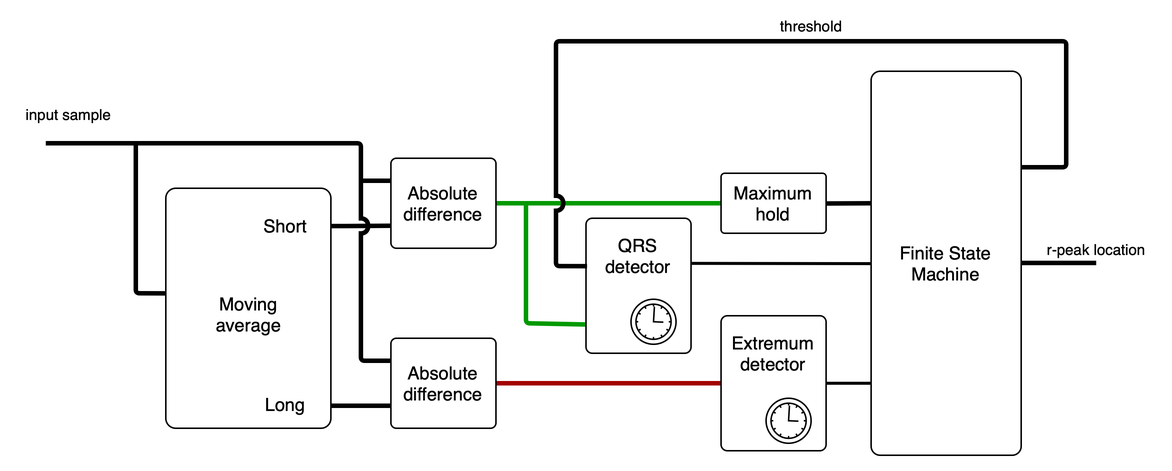
The draw.io diagram doc/drawio_diagrams/RPD_algorithm.drawio.png in jmat97/RPD22, before a commit. Source tidied: cells renumbered, new cells last; positions are measured from the earlier drawing's top-left corner, leaving out a move shared by most shapes.
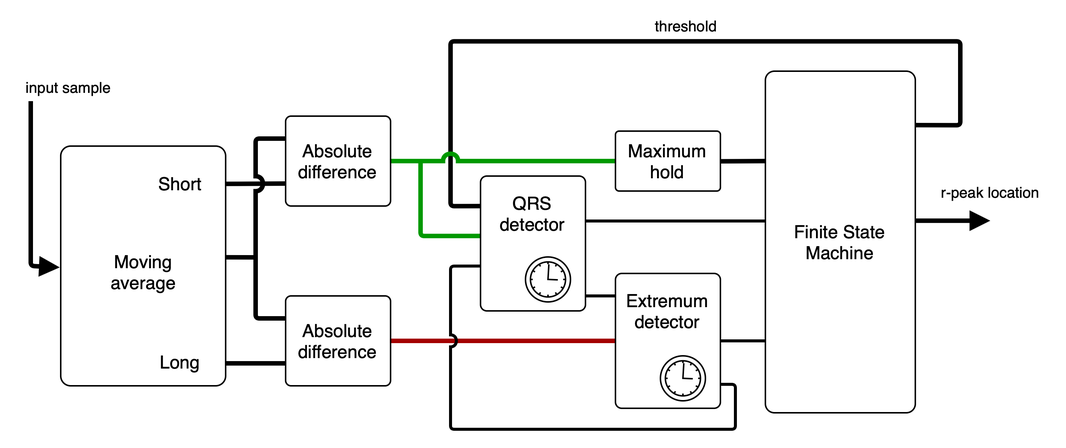
Above is the later version.

Change to the diagram source:
```diff
@@ -2,136 +2,140 @@
   <root>
     <mxCell id="0" />
     <mxCell id="1" parent="0" />
-    <mxCell id="2" style="endArrow=none;html=1;strokeWidth=3;rounded=1;exitX=0.005;exitY=0.787;exitDx=0;exitDy=0;exitPerimeter=0;strokeColor=#009900;arcSize=5;" parent="1" edge="1" source="13">
+    <mxCell id="2" style="endArrow=none;html=1;rounded=1;strokeWidth=2;" parent="1" edge="1">
       <mxGeometry relative="1" as="geometry">
-        <mxPoint x="340" y="108" as="targetPoint" />
-        <Array as="points">
-          <mxPoint x="340" y="188" />
-        </Array>
+        <mxPoint x="410" y="198" as="sourcePoint" />
+        <mxPoint x="510" y="198" as="targetPoint" />
       </mxGeometry>
     </mxCell>
-    <mxCell id="3" style="edgeStyle=orthogonalEdgeStyle;rounded=0;jumpStyle=arc;jettySize=auto;html=1;endArrow=none;endFill=0;strokeColor=#009900;strokeWidth=3;" parent="1" edge="1" source="12" target="8">
+    <mxCell id="3" style="edgeStyle=orthogonalEdgeStyle;rounded=0;jumpStyle=arc;jettySize=auto;html=1;exitX=1;exitY=0.5;exitDx=0;exitDy=0;entryX=0;entryY=0.5;entryDx=0;entryDy=0;endArrow=none;endFill=0;fillColor=#a20025;strokeColor=#A30000;strokeWidth=3;" parent="1" edge="1" source="16" target="24">
       <mxGeometry relative="1" as="geometry" />
     </mxCell>
-    <mxCell id="4" style="edgeStyle=orthogonalEdgeStyle;rounded=0;jettySize=auto;html=1;entryX=0;entryY=0.75;entryDx=0;entryDy=0;endArrow=none;endFill=0;strokeWidth=3;exitX=0.994;exitY=0.507;exitDx=0;exitDy=0;exitPerimeter=0;" parent="1" edge="1" source="29" target="8">
+    <mxCell id="4" style="edgeStyle=orthogonalEdgeStyle;rounded=1;jumpStyle=arc;orthogonalLoop=1;jettySize=auto;html=1;endArrow=none;endFill=0;strokeWidth=2;arcSize=5;" parent="1" edge="1">
       <mxGeometry relative="1" as="geometry">
+        <mxPoint x="540" y="257" as="sourcePoint" />
+        <mxPoint x="420" y="178" as="targetPoint" />
         <Array as="points">
-          <mxPoint x="220" y="123" />
+          <mxPoint x="550" y="257" />
+          <mxPoint x="550" y="287" />
+          <mxPoint x="360" y="287" />
+          <mxPoint x="360" y="178" />
         </Array>
       </mxGeometry>
     </mxCell>
-    <mxCell id="5" style="rounded=1;whiteSpace=wrap;html=1;arcSize=6;" parent="1" vertex="1">
-      <mxGeometry x="100" y="98" width="110" height="160" as="geometry" />
+    <mxCell id="5" style="endArrow=none;html=1;rounded=0;strokeWidth=2;" parent="1" edge="1">
+      <mxGeometry relative="1" as="geometry">
+        <mxPoint x="420" y="148" as="sourcePoint" />
+        <mxPoint x="630" y="148" as="targetPoint" />
+      </mxGeometry>
     </mxCell>
-    <mxCell id="6" style="edgeStyle=orthogonalEdgeStyle;rounded=0;jumpStyle=arc;jettySize=auto;html=1;exitX=1;exitY=0.75;exitDx=0;exitDy=0;entryX=0;entryY=0.75;entryDx=0;entryDy=0;endArrow=none;endFill=0;strokeWidth=3;" parent="1" edge="1" target="11">
+    <mxCell id="6" style="edgeStyle=orthogonalEdgeStyle;rounded=1;jumpStyle=arc;jettySize=auto;html=1;exitX=1;exitY=0.25;exitDx=0;exitDy=0;endArrow=none;endFill=0;strokeWidth=3;arcSize=5;entryX=0.429;entryY=0.222;entryDx=0;entryDy=0;entryPerimeter=0;" parent="1" edge="1" target="18">
       <mxGeometry relative="1" as="geometry">
-        <mxPoint x="210" y="243" as="sourcePoint" />
+        <mxPoint x="670" y="84" as="sourcePoint" />
+        <Array as="points">
+          <mxPoint x="700" y="84" />
+          <mxPoint x="700" y="28" />
+          <mxPoint x="360" y="28" />
+          <mxPoint x="360" y="138" />
+        </Array>
       </mxGeometry>
     </mxCell>
-    <mxCell id="7" style="edgeStyle=orthogonalEdgeStyle;rounded=0;jettySize=auto;html=1;exitX=0;exitY=0.25;exitDx=0;exitDy=0;endArrow=none;endFill=0;jumpStyle=arc;strokeWidth=3;arcSize=5;" parent="1" edge="1" source="8">
-      <mxGeometry relative="1" as="geometry">
-        <mxPoint x="230" y="168" as="targetPoint" />
-        <Array as="points">
-          <mxPoint x="230" y="93" />
-          <mxPoint x="230" y="168" />
-        </Array>
+    <mxCell id="7" value="threshold" style="edgeLabel;html=1;align=center;verticalAlign=middle;fontSize=10;fontColor=#000000;" parent="6" vertex="1">
+      <mxGeometry x="-0.26" y="-1" relative="1" as="geometry">
+        <mxPoint x="-54" y="-11" as="offset" />
       </mxGeometry>
     </mxCell>
-    <mxCell id="8" value="Absolute difference" style="rounded=1;whiteSpace=wrap;html=1;arcSize=6;" parent="1" vertex="1">
-      <mxGeometry x="250" y="78" width="70" height="60" as="geometry" />
+    <mxCell id="8" style="endArrow=none;html=1;strokeWidth=3;rounded=1;exitX=0.286;exitY=0.444;exitDx=0;exitDy=0;exitPerimeter=0;strokeColor=#009900;arcSize=5;" parent="1" edge="1" source="18">
+      <mxGeometry relative="1" as="geometry">
+        <mxPoint x="340" y="108" as="targetPoint" />
+        <Array as="points">
+          <mxPoint x="340" y="158" />
+        </Array>
+      </mxGeometry>
     </mxCell>
-    <mxCell id="9" style="edgeStyle=orthogonalEdgeStyle;rounded=1;jumpStyle=arc;jettySize=auto;html=1;exitX=0;exitY=0.25;exitDx=0;exitDy=0;endArrow=none;endFill=0;strokeWidth=3;arcSize=5;" parent="1" edge="1" source="11">
-      <mxGeometry relative="1" as="geometry">
-        <mxPoint x="230" y="168" as="targetPoint" />
-      </mxGeometry>
+    <mxCell id="9" style="edgeStyle=orthogonalEdgeStyle;rounded=0;jumpStyle=arc;jettySize=auto;html=1;endArrow=none;endFill=0;strokeColor=#009900;strokeWidth=3;" parent="1" edge="1" source="17" target="14">
+      <mxGeometry relative="1" as="geometry" />
     </mxCell>
-    <mxCell id="10" style="edgeStyle=orthogonalEdgeStyle;rounded=0;jumpStyle=arc;jettySize=auto;html=1;exitX=1;exitY=0.5;exitDx=0;exitDy=0;entryX=0;entryY=0.5;entryDx=0;entryDy=0;endArrow=none;endFill=0;fillColor=#a20025;strokeColor=#A30000;strokeWidth=3;" parent="1" edge="1" source="11" target="23">
-      <mxGeometry relative="1" as="geometry" />
+    <mxCell id="10" style="edgeStyle=orthogonalEdgeStyle;rounded=0;jettySize=auto;html=1;entryX=0;entryY=0.75;entryDx=0;entryDy=0;endArrow=none;endFill=0;strokeWidth=3;exitX=0.994;exitY=0.507;exitDx=0;exitDy=0;exitPerimeter=0;" parent="1" edge="1" source="29" target="14">
+      <mxGeometry relative="1" as="geometry">
+        <Array as="points">
+          <mxPoint x="220" y="123" />
+        </Array>
+      </mxGeometry>
     </mxCell>
-    <mxCell id="11" value="Absolute difference" style="rounded=1;whiteSpace=wrap;html=1;arcSize=6;" parent="1" vertex="1">
-      <mxGeometry x="250" y="198" width="70" height="60" as="geometry" />
+    <mxCell id="11" style="rounded=1;whiteSpace=wrap;html=1;arcSize=6;" parent="1" vertex="1">
+      <mxGeometry x="100" y="98" width="110" height="160" as="geometry" />
     </mxCell>
-    <mxCell id="12" value="Maximum hold" style="rounded=1;whiteSpace=wrap;html=1;arcSize=6;" parent="1" vertex="1">
-      <mxGeometry x="470" y="88" width="70" height="40" as="geometry" />
+    <mxCell id="12" style="edgeStyle=orthogonalEdgeStyle;rounded=0;jumpStyle=arc;jettySize=auto;html=1;exitX=1;exitY=0.75;exitDx=0;exitDy=0;entryX=0;entryY=0.75;entryDx=0;entryDy=0;endArrow=none;endFill=0;strokeWidth=3;" parent="1" edge="1" target="16">
+      <mxGeometry relative="1" as="geometry">
+        <mxPoint x="210" y="243" as="sourcePoint" />
+      </mxGeometry>
     </mxCell>
-    <mxCell id="13" value="QRS detector" style="rounded=1;whiteSpace=wrap;html=1;spacingBottom=40;arcSize=6;" parent="1" vertex="1">
-      <mxGeometry x="380" y="118" width="70" height="90" as="geometry" />
+    <mxCell id="13" style="edgeStyle=orthogonalEdgeStyle;rounded=1;jettySize=auto;html=1;exitX=0;exitY=0.25;exitDx=0;exitDy=0;endArrow=none;endFill=0;jumpStyle=arc;strokeWidth=3;arcSize=5;" parent="1" edge="1" source="14">
+      <mxGeometry relative="1" as="geometry">
+        <mxPoint x="230" y="168" as="targetPoint" />
+        <Array as="points">
+          <mxPoint x="230" y="93" />
+          <mxPoint x="230" y="168" />
+        </Array>
+      </mxGeometry>
     </mxCell>
-    <mxCell id="14" style="edgeStyle=orthogonalEdgeStyle;rounded=0;jumpStyle=arc;jettySize=auto;html=1;exitX=1;exitY=0.5;exitDx=0;exitDy=0;endArrow=none;endFill=0;strokeWidth=2;entryX=-0.003;entryY=0.812;entryDx=0;entryDy=0;entryPerimeter=0;" parent="1" edge="1" source="23" target="17">
-      <mxGeometry relative="1" as="geometry" />
+    <mxCell id="14" value="Absolute difference" style="rounded=1;whiteSpace=wrap;html=1;arcSize=6;" parent="1" vertex="1">
+      <mxGeometry x="250" y="78" width="70" height="60" as="geometry" />
     </mxCell>
-    <mxCell id="15" style="edgeStyle=orthogonalEdgeStyle;rounded=1;jumpStyle=arc;orthogonalLoop=1;jettySize=auto;html=1;exitX=1;exitY=0.25;exitDx=0;exitDy=0;endArrow=none;endFill=0;strokeWidth=3;entryX=0.01;entryY=0.355;entryDx=0;entryDy=0;entryPerimeter=0;arcSize=5;" parent="1" edge="1">
+    <mxCell id="15" style="edgeStyle=orthogonalEdgeStyle;rounded=1;jumpStyle=arc;jettySize=auto;html=1;exitX=0;exitY=0.25;exitDx=0;exitDy=0;endArrow=none;endFill=0;strokeWidth=3;arcSize=5;" parent="1" edge="1" source="16">
       <mxGeometry relative="1" as="geometry">
-        <mxPoint x="670" y="84" as="sourcePoint" />
-        <mxPoint x="380.7" y="149.9" as="targetPoint" />
-        <Array as="points">
-          <mxPoint x="700" y="84" />
-          <mxPoint x="700" />
-          <mxPoint x="360" />
-          <mxPoint x="360" y="150" />
-        </Array>
+        <mxPoint x="230" y="168" as="targetPoint" />
       </mxGeometry>
     </mxCell>
-    <mxCell id="16" value="threshold" style="edgeLabel;html=1;align=center;verticalAlign=middle;points=[];fontSize=10;fontColor=#000000;" parent="15" vertex="1">
-      <mxGeometry x="-0.26" y="-1" relative="1" as="geometry">
-        <mxPoint x="-54" y="-11" as="offset" />
-      </mxGeometry>
+    <mxCell id="16" value="Absolute difference" style="rounded=1;whiteSpace=wrap;html=1;arcSize=6;" parent="1" vertex="1">
+      <mxGeometry x="250" y="198" width="70" height="60" as="geometry" />
     </mxCell>
-    <mxCell id="17" value="Finite State Machine" style="rounded=1;whiteSpace=wrap;html=1;arcSize=6;" parent="1" vertex="1">
-      <mxGeometry x="570" y="20" width="100" height="256" as="geometry" />
+    <mxCell id="17" value="Maximum hold" style="rounded=1;whiteSpace=wrap;html=1;arcSize=6;" parent="1" vertex="1">
+      <mxGeometry x="470" y="88" width="70" height="40" as="geometry" />
     </mxCell>
-    <mxCell id="18" style="endArrow=none;html=1;entryX=0;entryY=0.438;entryDx=0;entryDy=0;rounded=1;strokeWidth=3;arcSize=5;entryPerimeter=0;" parent="1" edge="1" target="5">
-      <mxGeometry relative="1" as="geometry">
-        <mxPoint x="80" y="68" as="sourcePoint" />
-        <Array as="points">
-          <mxPoint x="80" y="98" />
-          <mxPoint x="80" y="168" />
-        </Array>
-      </mxGeometry>
+    <mxCell id="18" value="QRS detector" style="rounded=1;whiteSpace=wrap;html=1;spacingBottom=40;arcSize=6;" parent="1" vertex="1">
+      <mxGeometry x="380" y="118" width="70" height="90" as="geometry" />
     </mxCell>
-    <mxCell id="19" style="endArrow=none;html=1;strokeWidth=3;arcSize=5;startArrow=none;startFill=0;" parent="1" edge="1">
+    <mxCell id="19" style="edgeStyle=orthogonalEdgeStyle;rounded=0;jumpStyle=arc;jettySize=auto;html=1;endArrow=none;endFill=0;strokeWidth=2;" parent="1" edge="1" source="24">
       <mxGeometry relative="1" as="geometry">
-        <mxPoint x="20" y="68" as="sourcePoint" />
-        <mxPoint x="230" y="108" as="targetPoint" />
-        <Array as="points">
-          <mxPoint x="230" y="68" />
-        </Array>
+        <mxPoint x="650" y="228" as="targetPoint" />
       </mxGeometry>
     </mxCell>
-    <mxCell id="20" style="endArrow=none;html=1;strokeColor=#000000;exitX=1.001;exitY=0.504;exitDx=0;exitDy=0;exitPerimeter=0;strokeWidth=3;" parent="1" edge="1" source="12">
-      <mxGeometry relative="1" as="geometry">
-        <mxPoint x="570" y="108" as="targetPoint" />
-      </mxGeometry>
+    <mxCell id="20" value="Finite State Machine" style="rounded=1;whiteSpace=wrap;html=1;arcSize=6;" parent="1" vertex="1">
+      <mxGeometry x="570" y="48" width="100" height="228" as="geometry" />
     </mxCell>
-    <mxCell id="21" style="shape=mxgraph.bpmn.shape;html=1;verticalLabelPosition=bottom;labelBackgroundColor=#ffffff;verticalAlign=top;align=center;perimeter=ellipsePerimeter;outline=standard;symbol=timer;fillColor=#FFFFFF;" parent="1" vertex="1">
-      <mxGeometry x="410" y="172" width="30" height="30" as="geometry" />
+    <mxCell id="21" style="endArrow=none;html=1;strokeColor=#000000;exitX=1.001;exitY=0.504;exitDx=0;exitDy=0;exitPerimeter=0;strokeWidth=3;" parent="1" edge="1" source="17">
+      <mxGeometry relative="1" as="geometry">
+        <mxPoint x="570" y="108" as="targetPoint" />
+      </mxGeometry>
     </mxCell>
-    <mxCell id="22" style="group;rounded=1;arcSize=6;" parent="1" vertex="1">
-      <mxGeometry x="470" y="183" width="70" height="90" as="geometry" />
+    <mxCell id="22" style="shape=mxgraph.bpmn.shape;html=1;verticalLabelPosition=bottom;labelBackgroundColor=#ffffff;verticalAlign=top;align=center;perimeter=ellipsePerimeter;outline=standard;symbol=timer;fillColor=#FFFFFF;" parent="1" vertex="1">
+      <mxGeometry x="410" y="172" width="30" height="30" as="geometry" />
     </mxCell>
-    <mxCell id="23" value="Extremum detector" style="rounded=1;whiteSpace=wrap;html=1;spacingLeft=0;spacingBottom=40;arcSize=6;" parent="22" vertex="1">
-      <mxGeometry width="70" height="90" as="geometry" />
+    <mxCell id="23" style="group;rounded=1;arcSize=6;" parent="1" vertex="1">
+      <mxGeometry x="470" y="183" width="70" height="90" as="geometry" />
     </mxCell>
-    <mxCell id="24" style="shape=mxgraph.bpmn.shape;html=1;verticalLabelPosition=bottom;labelBackgroundColor=#ffffff;verticalAlign=top;align=center;perimeter=ellipsePerimeter;outlineConnect=0;outline=standard;symbol=timer;fillColor=#FFFFFF;" parent="22" vertex="1">
-      <mxGeometry x="30" y="55" width="30" height="30" as="geometry" />
+    <mxCell id="24" value="Extremum detector" style="rounded=1;whiteSpace=wrap;html=1;spacingLeft=0;spacingBottom=40;arcSize=6;" parent="23" vertex="1">
+      <mxGeometry width="70" height="90" as="geometry" />
     </mxCell>
-    <mxCell id="25" style="endArrow=none;html=1;strokeWidth=3;" parent="1" edge="1">
-      <mxGeometry relative="1" as="geometry">
-        <mxPoint x="670" y="147.8" as="sourcePoint" />
-        <mxPoint x="720" y="147.8" as="targetPoint" />
-        <Array as="points">
-          <mxPoint x="690" y="147.8" />
-        </Array>
-      </mxGeometry>
+    <mxCell id="25" style="shape=mxgraph.bpmn.shape;html=1;verticalLabelPosition=bottom;labelBackgroundColor=#ffffff;verticalAlign=top;align=center;perimeter=ellipsePerimeter;outline=standard;symbol=timer;fillColor=#FFFFFF;" parent="23" vertex="1">
+      <mxGeometry x="30" y="55" width="30" height="30" as="geometry" />
     </mxCell>
-    <mxCell id="26" style="endArrow=none;html=1;rounded=0;entryX=0;entryY=0.501;entryDx=0;entryDy=0;entryPerimeter=0;exitX=0.999;exitY=0.334;exitDx=0;exitDy=0;exitPerimeter=0;strokeWidth=2;" parent="1" edge="1" source="13" target="17">
-      <mxGeometry relative="1" as="geometry" />
+    <mxCell id="26" style="endArrow=block;html=1;strokeWidth=3;endFill=1;" parent="1" edge="1">
+      <mxGeometry relative="1" as="geometry">
+        <mxPoint x="670" y="147.8" as="sourcePoint" />
+        <mxPoint x="720" y="147.8" as="targetPoint" />
+        <Array as="points">
+          <mxPoint x="690" y="147.8" />
+        </Array>
+      </mxGeometry>
     </mxCell>
     <mxCell id="27" value="input sample" style="text;html=1;align=center;verticalAlign=middle;points=[];strokeColor=none;fillColor=none;fontSize=10;fontColor=#000000;" parent="1" vertex="1">
-      <mxGeometry y="38" width="70" height="20" as="geometry" />
+      <mxGeometry x="70" y="48" width="70" height="20" as="geometry" />
     </mxCell>
     <mxCell id="28" value="r-peak location" style="text;html=1;align=center;verticalAlign=middle;strokeColor=none;fillColor=none;fontSize=10;fontColor=#000000;" parent="1" vertex="1">
-      <mxGeometry x="680" y="128" width="80" height="20" as="geometry" />
+      <mxGeometry x="680" y="118" width="80" height="20" as="geometry" />
     </mxCell>
     <mxCell id="29" value="Short" style="text;html=1;strokeColor=none;fillColor=none;align=center;verticalAlign=middle;whiteSpace=wrap;rounded=0;" parent="1" vertex="1">
       <mxGeometry x="150" y="108" width="60" height="30" as="geometry" />
@@ -142,5 +146,21 @@
     <mxCell id="31" value="Moving&lt;br&gt;average" style="text;html=1;strokeColor=none;fillColor=none;align=center;verticalAlign=middle;whiteSpace=wrap;rounded=0;" parent="1" vertex="1">
       <mxGeometry x="117.5" y="162" width="75" height="40" as="geometry" />
     </mxCell>
+    <mxCell id="32" style="endArrow=block;html=1;strokeWidth=3;arcSize=5;startArrow=none;startFill=0;endFill=1;entryX=-0.006;entryY=0.506;entryDx=0;entryDy=0;entryPerimeter=0;exitX=0.143;exitY=1;exitDx=0;exitDy=0;exitPerimeter=0;" parent="1" edge="1" source="27" target="11">
+      <mxGeometry relative="1" as="geometry">
+        <Array as="points">
+          <mxPoint x="80" y="178" />
+        </Array>
+      </mxGeometry>
+    </mxCell>
+    <mxCell id="33" style="edgeStyle=orthogonalEdgeStyle;rounded=0;orthogonalLoop=1;jettySize=auto;html=1;endArrow=none;endFill=0;strokeWidth=3;exitX=0.994;exitY=0.507;exitDx=0;exitDy=0;exitPerimeter=0;" parent="1" edge="1">
+      <mxGeometry relative="1" as="geometry">
+        <mxPoint x="209.6" y="172.2" as="sourcePoint" />
+        <mxPoint x="230" y="178" as="targetPoint" />
+        <Array as="points">
+          <mxPoint x="230" y="172" />
+        </Array>
+      </mxGeometry>
+    </mxCell>
   </root>
 </mxGraphModel>
```
